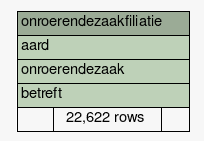
This is datamodel/schemaspy/brk/diagrams/summary/onroerendezaakfiliatie.1degree.png from B3Partners/brmo, a Graphviz export, as it was before one commit. Its source is kept beside it as datamodel/schemaspy/brk/diagrams/summary/onroerendezaakfiliatie.1degree.dot.
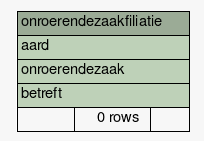
Above is the later version.

Diff of the diagram source:
```diff
@@ -22,7 +22,7 @@
       <TR><TD PORT="aard" COLSPAN="3" BGCOLOR="#bed1b8" ALIGN="LEFT">aard</TD></TR>
       <TR><TD PORT="onroerendezaak" COLSPAN="3" BGCOLOR="#bed1b8" ALIGN="LEFT">onroerendezaak</TD></TR>
       <TR><TD PORT="betreft" COLSPAN="3" BGCOLOR="#bed1b8" ALIGN="LEFT">betreft</TD></TR>
-      <TR><TD ALIGN="LEFT" BGCOLOR="#f7f7f7">  </TD><TD ALIGN="RIGHT" BGCOLOR="#f7f7f7">22,622 rows</TD><TD ALIGN="RIGHT" BGCOLOR="#f7f7f7">  </TD></TR>
+      <TR><TD ALIGN="LEFT" BGCOLOR="#f7f7f7">  </TD><TD ALIGN="RIGHT" BGCOLOR="#f7f7f7">0 rows</TD><TD ALIGN="RIGHT" BGCOLOR="#f7f7f7">  </TD></TR>
     </TABLE>>
     URL="tables/onroerendezaakfiliatie.html"
     tooltip="onroerendezaakfiliatie"
```
